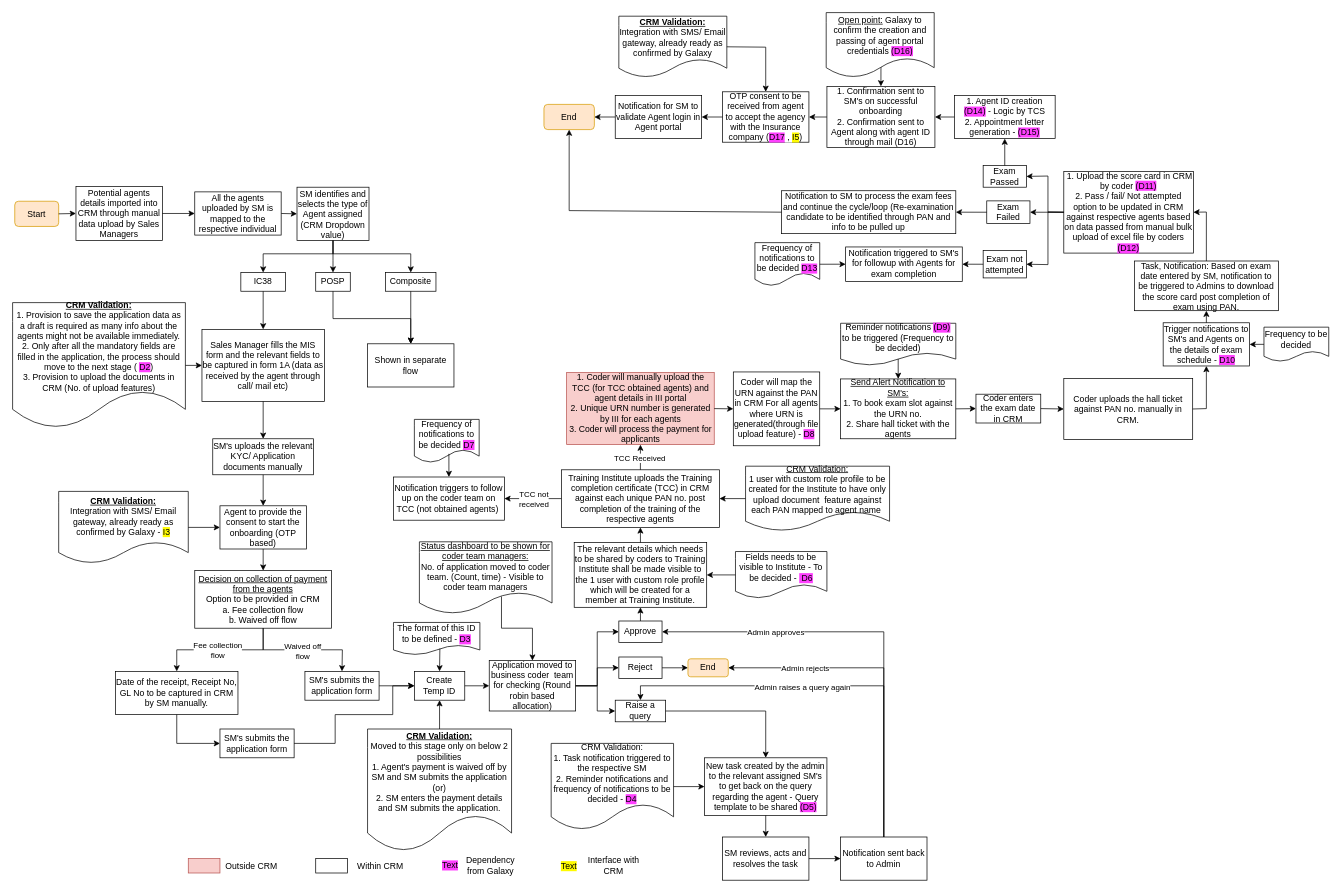
Above: Agent Onboarding IC38 MVP 1.drawio in shaileshsreedar/Galaxy (draw.io), before the change. Source tidied: cells renumbered, new cells numbered last; positions are measured from the earlier drawing's top-left corner, leaving out a move shared by most shapes. Both pictures are drawn from the tidied source at 72%, with x=0, y=0 at pixel (12, 12).
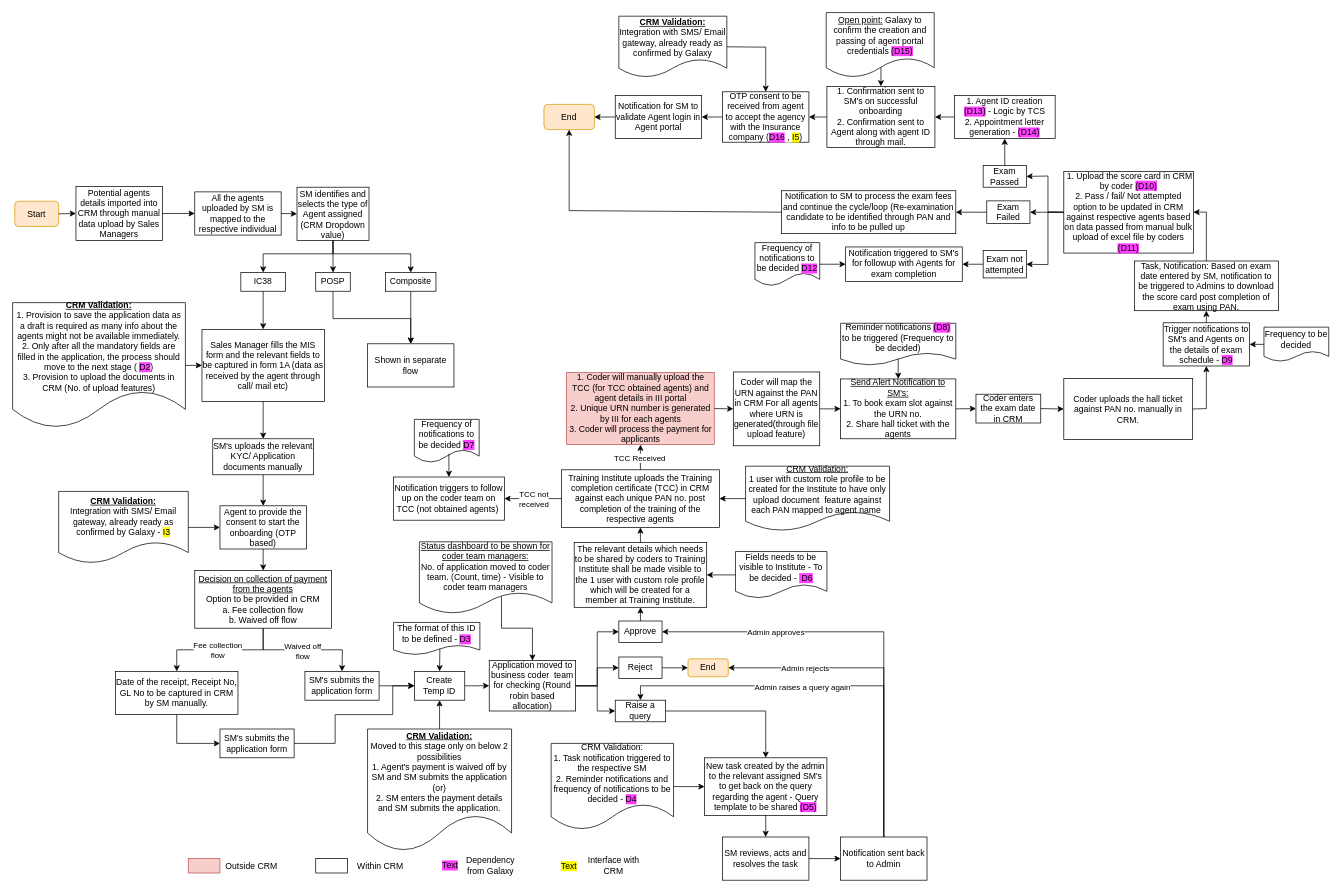
After the change.

Diff of the diagram source:
```diff
@@
-    <mxCell id="71" value="Coder will map the URN against the PAN in CRM For all agents where URN is generated(through file upload feature) - &lt;span style=&quot;background-color: rgb(255, 64, 255);&quot;&gt;D8&lt;/span&gt;" style="rounded=0;whiteSpace=wrap;html=1;" parent="1" vertex="1">
+    <mxCell id="71" value="Coder will map the URN against the PAN in CRM For all agents where URN is generated(through file upload feature)" style="rounded=0;whiteSpace=wrap;html=1;" parent="1" vertex="1">
       <mxGeometry x="1001" y="499.1" width="120" height="102.5" as="geometry" />
     </mxCell>
@@
-    <mxCell id="75" value="Reminder notifications &lt;span style=&quot;background-color: rgb(255, 64, 255);&quot;&gt;(D9)&lt;/span&gt; to be triggered (Frequency to be decided)" style="shape=document;whiteSpace=wrap;html=1;boundedLbl=1;" parent="1" vertex="1">
+    <mxCell id="75" value="Reminder notifications &lt;span style=&quot;background-color: rgb(255, 64, 255);&quot;&gt;(D8)&lt;/span&gt; to be triggered (Frequency to be decided)" style="shape=document;whiteSpace=wrap;html=1;boundedLbl=1;" parent="1" vertex="1">
       <mxGeometry x="1150" y="431.5" width="160" height="58.5" as="geometry" />
     </mxCell>
@@
-    <mxCell id="79" value="Trigger notifications to SM's and Agents on the details of exam schedule - &lt;span style=&quot;background-color: rgb(255, 64, 255);&quot;&gt;D10&lt;/span&gt;" style="rounded=0;whiteSpace=wrap;html=1;" parent="1" vertex="1">
+    <mxCell id="79" value="Trigger notifications to SM's and Agents on the details of exam schedule - &lt;span style=&quot;background-color: rgb(255, 64, 255);&quot;&gt;D9&lt;/span&gt;" style="rounded=0;whiteSpace=wrap;html=1;" parent="1" vertex="1">
       <mxGeometry x="1598" y="430.8" width="120" height="60" as="geometry" />
     </mxCell>
@@
-    <mxCell id="85" value="&amp;nbsp;1. Upload the score card in CRM by coder&amp;nbsp;&lt;span style=&quot;background-color: rgb(255, 64, 255);&quot;&gt;(D11)&lt;/span&gt;&lt;div&gt;2. Pass / fail/ Not attempted option to be updated in CRM against respective agents based on data passed from manual bulk upload of excel file by coders &lt;span style=&quot;background-color: rgb(255, 64, 255);&quot;&gt;(D12)&lt;/span&gt;&lt;/div&gt;" style="rounded=0;whiteSpace=wrap;html=1;" parent="1" vertex="1">
+    <mxCell id="85" value="&amp;nbsp;1. Upload the score card in CRM by coder&amp;nbsp;&lt;span style=&quot;background-color: rgb(255, 64, 255);&quot;&gt;(D10)&lt;/span&gt;&lt;div&gt;2. Pass / fail/ Not attempted option to be updated in CRM against respective agents based on data passed from manual bulk upload of excel file by coders &lt;span style=&quot;background-color: rgb(255, 64, 255);&quot;&gt;(D11)&lt;/span&gt;&lt;/div&gt;" style="rounded=0;whiteSpace=wrap;html=1;" parent="1" vertex="1">
       <mxGeometry x="1460" y="220.5" width="180" height="113.5" as="geometry" />
     </mxCell>
@@
-    <mxCell id="90" value="1. Agent ID creation &lt;span style=&quot;background-color: rgb(255, 64, 255);&quot;&gt;(D14)&lt;/span&gt; - Logic by TCS&lt;div&gt;2. Appointment letter generation - &lt;span style=&quot;background-color: rgb(255, 64, 255);&quot;&gt;(D15)&lt;/span&gt;&lt;/div&gt;" style="rounded=0;whiteSpace=wrap;html=1;" parent="1" vertex="1">
+    <mxCell id="90" value="1. Agent ID creation &lt;span style=&quot;background-color: rgb(255, 64, 255);&quot;&gt;(D13)&lt;/span&gt; - Logic by TCS&lt;div&gt;2. Appointment letter generation - &lt;span style=&quot;background-color: rgb(255, 64, 255);&quot;&gt;(D14)&lt;/span&gt;&lt;/div&gt;" style="rounded=0;whiteSpace=wrap;html=1;" parent="1" vertex="1">
       <mxGeometry x="1308" y="115" width="140" height="60" as="geometry" />
     </mxCell>
@@
-    <mxCell id="92" value="1. Confirmation sent to SM's on successful onboarding&lt;div&gt;2. Confirmation sent to Agent along with agent ID through mail (D16)&lt;/div&gt;" style="rounded=0;whiteSpace=wrap;html=1;" parent="1" vertex="1">
+    <mxCell id="92" value="1. Confirmation sent to SM's on successful onboarding&lt;div&gt;2. Confirmation sent to Agent along with agent ID through mail.&lt;/div&gt;" style="rounded=0;whiteSpace=wrap;html=1;" parent="1" vertex="1">
       <mxGeometry x="1131" y="102.5" width="150" height="85" as="geometry" />
     </mxCell>
@@
-    <mxCell id="104" value="OTP consent to be received from agent to accept the agency with the Insurance company (&lt;span style=&quot;background-color: rgb(255, 64, 255);&quot;&gt;D17&lt;/span&gt;&lt;span style=&quot;background-color: rgb(255, 255, 255);&quot;&gt;&amp;nbsp;, &lt;/span&gt;&lt;span style=&quot;background-color: rgb(255, 251, 0);&quot;&gt;I5&lt;/span&gt;)" style="rounded=0;whiteSpace=wrap;html=1;" parent="1" vertex="1">
+    <mxCell id="104" value="OTP consent to be received from agent to accept the agency with the Insurance company (&lt;span style=&quot;background-color: rgb(255, 64, 255);&quot;&gt;D16&lt;/span&gt;&lt;span style=&quot;background-color: rgb(255, 255, 255);&quot;&gt;&amp;nbsp;, &lt;/span&gt;&lt;span style=&quot;background-color: rgb(255, 251, 0);&quot;&gt;I5&lt;/span&gt;)" style="rounded=0;whiteSpace=wrap;html=1;" parent="1" vertex="1">
       <mxGeometry x="986" y="110" width="120" height="70" as="geometry" />
     </mxCell>
@@
-    <mxCell id="115" value="Frequency of notifications to be decided &lt;span style=&quot;background-color: rgb(255, 64, 255);&quot;&gt;D13&lt;/span&gt;" style="shape=document;whiteSpace=wrap;html=1;boundedLbl=1;" parent="1" vertex="1">
+    <mxCell id="115" value="Frequency of notifications to be decided &lt;span style=&quot;background-color: rgb(255, 64, 255);&quot;&gt;D12&lt;/span&gt;" style="shape=document;whiteSpace=wrap;html=1;boundedLbl=1;" parent="1" vertex="1">
       <mxGeometry x="1031" y="319.5" width="90" height="60" as="geometry" />
     </mxCell>
@@
-    <mxCell id="137" value="&lt;u style=&quot;background-color: rgb(255, 255, 255);&quot;&gt;Open point:&lt;/u&gt;&amp;nbsp;Galaxy to confirm the creation and passing of agent portal credentials&amp;nbsp;&lt;span style=&quot;background-color: rgb(255, 64, 255);&quot;&gt;(D16)&lt;/span&gt;" style="shape=document;whiteSpace=wrap;html=1;boundedLbl=1;" parent="1" vertex="1">
+    <mxCell id="137" value="&lt;u style=&quot;background-color: rgb(255, 255, 255);&quot;&gt;Open point:&lt;/u&gt;&amp;nbsp;Galaxy to confirm the creation and passing of agent portal credentials&amp;nbsp;&lt;span style=&quot;background-color: rgb(255, 64, 255);&quot;&gt;(D15)&lt;/span&gt;" style="shape=document;whiteSpace=wrap;html=1;boundedLbl=1;" parent="1" vertex="1">
       <mxGeometry x="1130" width="150" height="90" as="geometry" />
     </mxCell>
```
